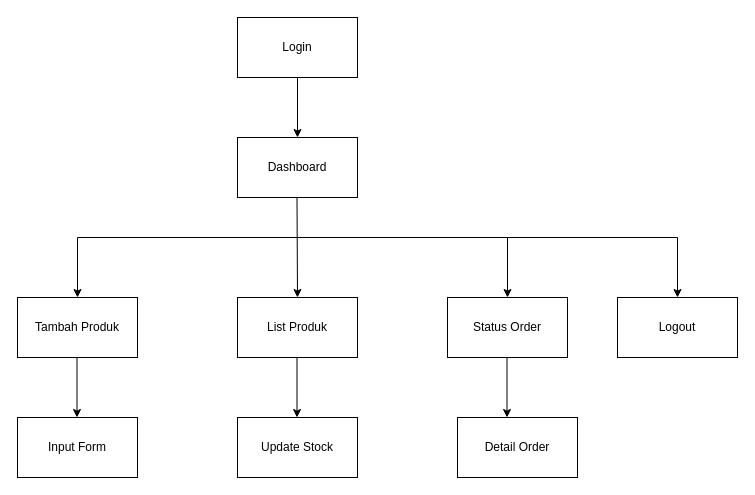
Before: docs/navigation/admin-navigasi.drawio in EvandriRidho/Rizquna-Bakery, a draw.io diagram. Source tidied: cells renumbered, new cells numbered last; positions are measured from the earlier drawing's top-left corner, leaving out a move shared by most shapes. Both pictures are drawn from the tidied source at 100%, with x=0, y=0 at pixel (17, 17).
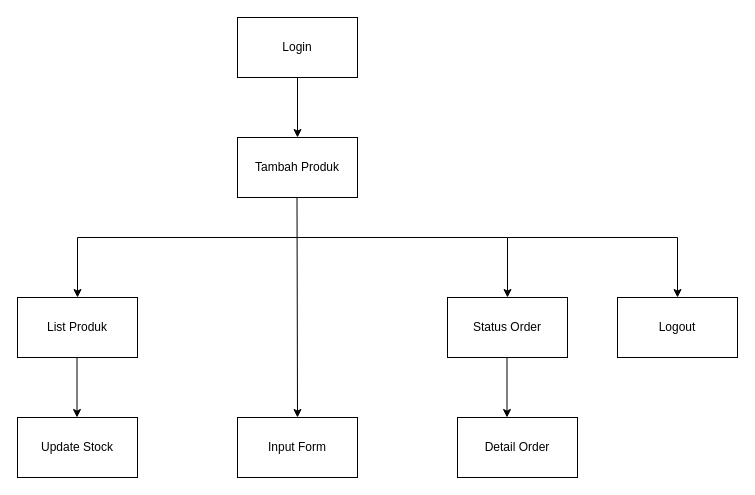
The same diagram, later.

Commit message (it also covers changes not shown here):
docs (diagram) : fix user usecase and admin navigation

Diff of the diagram source:
```diff
@@
-    <mxCell id="4" value="Dashboard" style="rounded=0;whiteSpace=wrap;html=1;" parent="1" vertex="1">
+    <mxCell id="4" value="Tambah Produk" style="rounded=0;whiteSpace=wrap;html=1;" parent="1" vertex="1">
       <mxGeometry x="220" y="120" width="120" height="60" as="geometry" />
     </mxCell>
-    <mxCell id="5" style="endArrow=classic;html=1;rounded=0;" parent="1" edge="1">
+    <mxCell id="5" style="endArrow=classic;html=1;rounded=0;entryX=0.5;entryY=0;entryDx=0;entryDy=0;" parent="1" edge="1" target="14">
       <mxGeometry relative="1" as="geometry">
         <mxPoint x="279.5" y="180" as="sourcePoint" />
-        <mxPoint x="280" y="280" as="targetPoint" />
       </mxGeometry>
     </mxCell>
@@
-    <mxCell id="9" value="Tambah Produk" style="rounded=0;whiteSpace=wrap;html=1;" parent="1" vertex="1">
+    <mxCell id="9" value="List Produk" style="rounded=0;whiteSpace=wrap;html=1;" parent="1" vertex="1">
       <mxGeometry y="280" width="120" height="60" as="geometry" />
     </mxCell>
-    <mxCell id="10" value="List Produk" style="rounded=0;whiteSpace=wrap;html=1;" parent="1" vertex="1">
-      <mxGeometry x="220" y="280" width="120" height="60" as="geometry" />
-    </mxCell>
@@
-    <mxCell id="13" value="Input Form" style="rounded=0;whiteSpace=wrap;html=1;" parent="1" vertex="1">
+    <mxCell id="13" value="Update Stock" style="rounded=0;whiteSpace=wrap;html=1;" parent="1" vertex="1">
       <mxGeometry y="400" width="120" height="60" as="geometry" />
     </mxCell>
-    <mxCell id="14" value="Update Stock" style="rounded=0;whiteSpace=wrap;html=1;" parent="1" vertex="1">
+    <mxCell id="14" value="Input Form" style="rounded=0;whiteSpace=wrap;html=1;" parent="1" vertex="1">
       <mxGeometry x="220" y="400" width="120" height="60" as="geometry" />
     </mxCell>
-    <mxCell id="15" style="endArrow=classic;html=1;rounded=0;" parent="1" edge="1">
-      <mxGeometry relative="1" as="geometry">
-        <mxPoint x="279.5" y="340" as="sourcePoint" />
-        <mxPoint x="279.5" y="400" as="targetPoint" />
-      </mxGeometry>
-    </mxCell>
```
